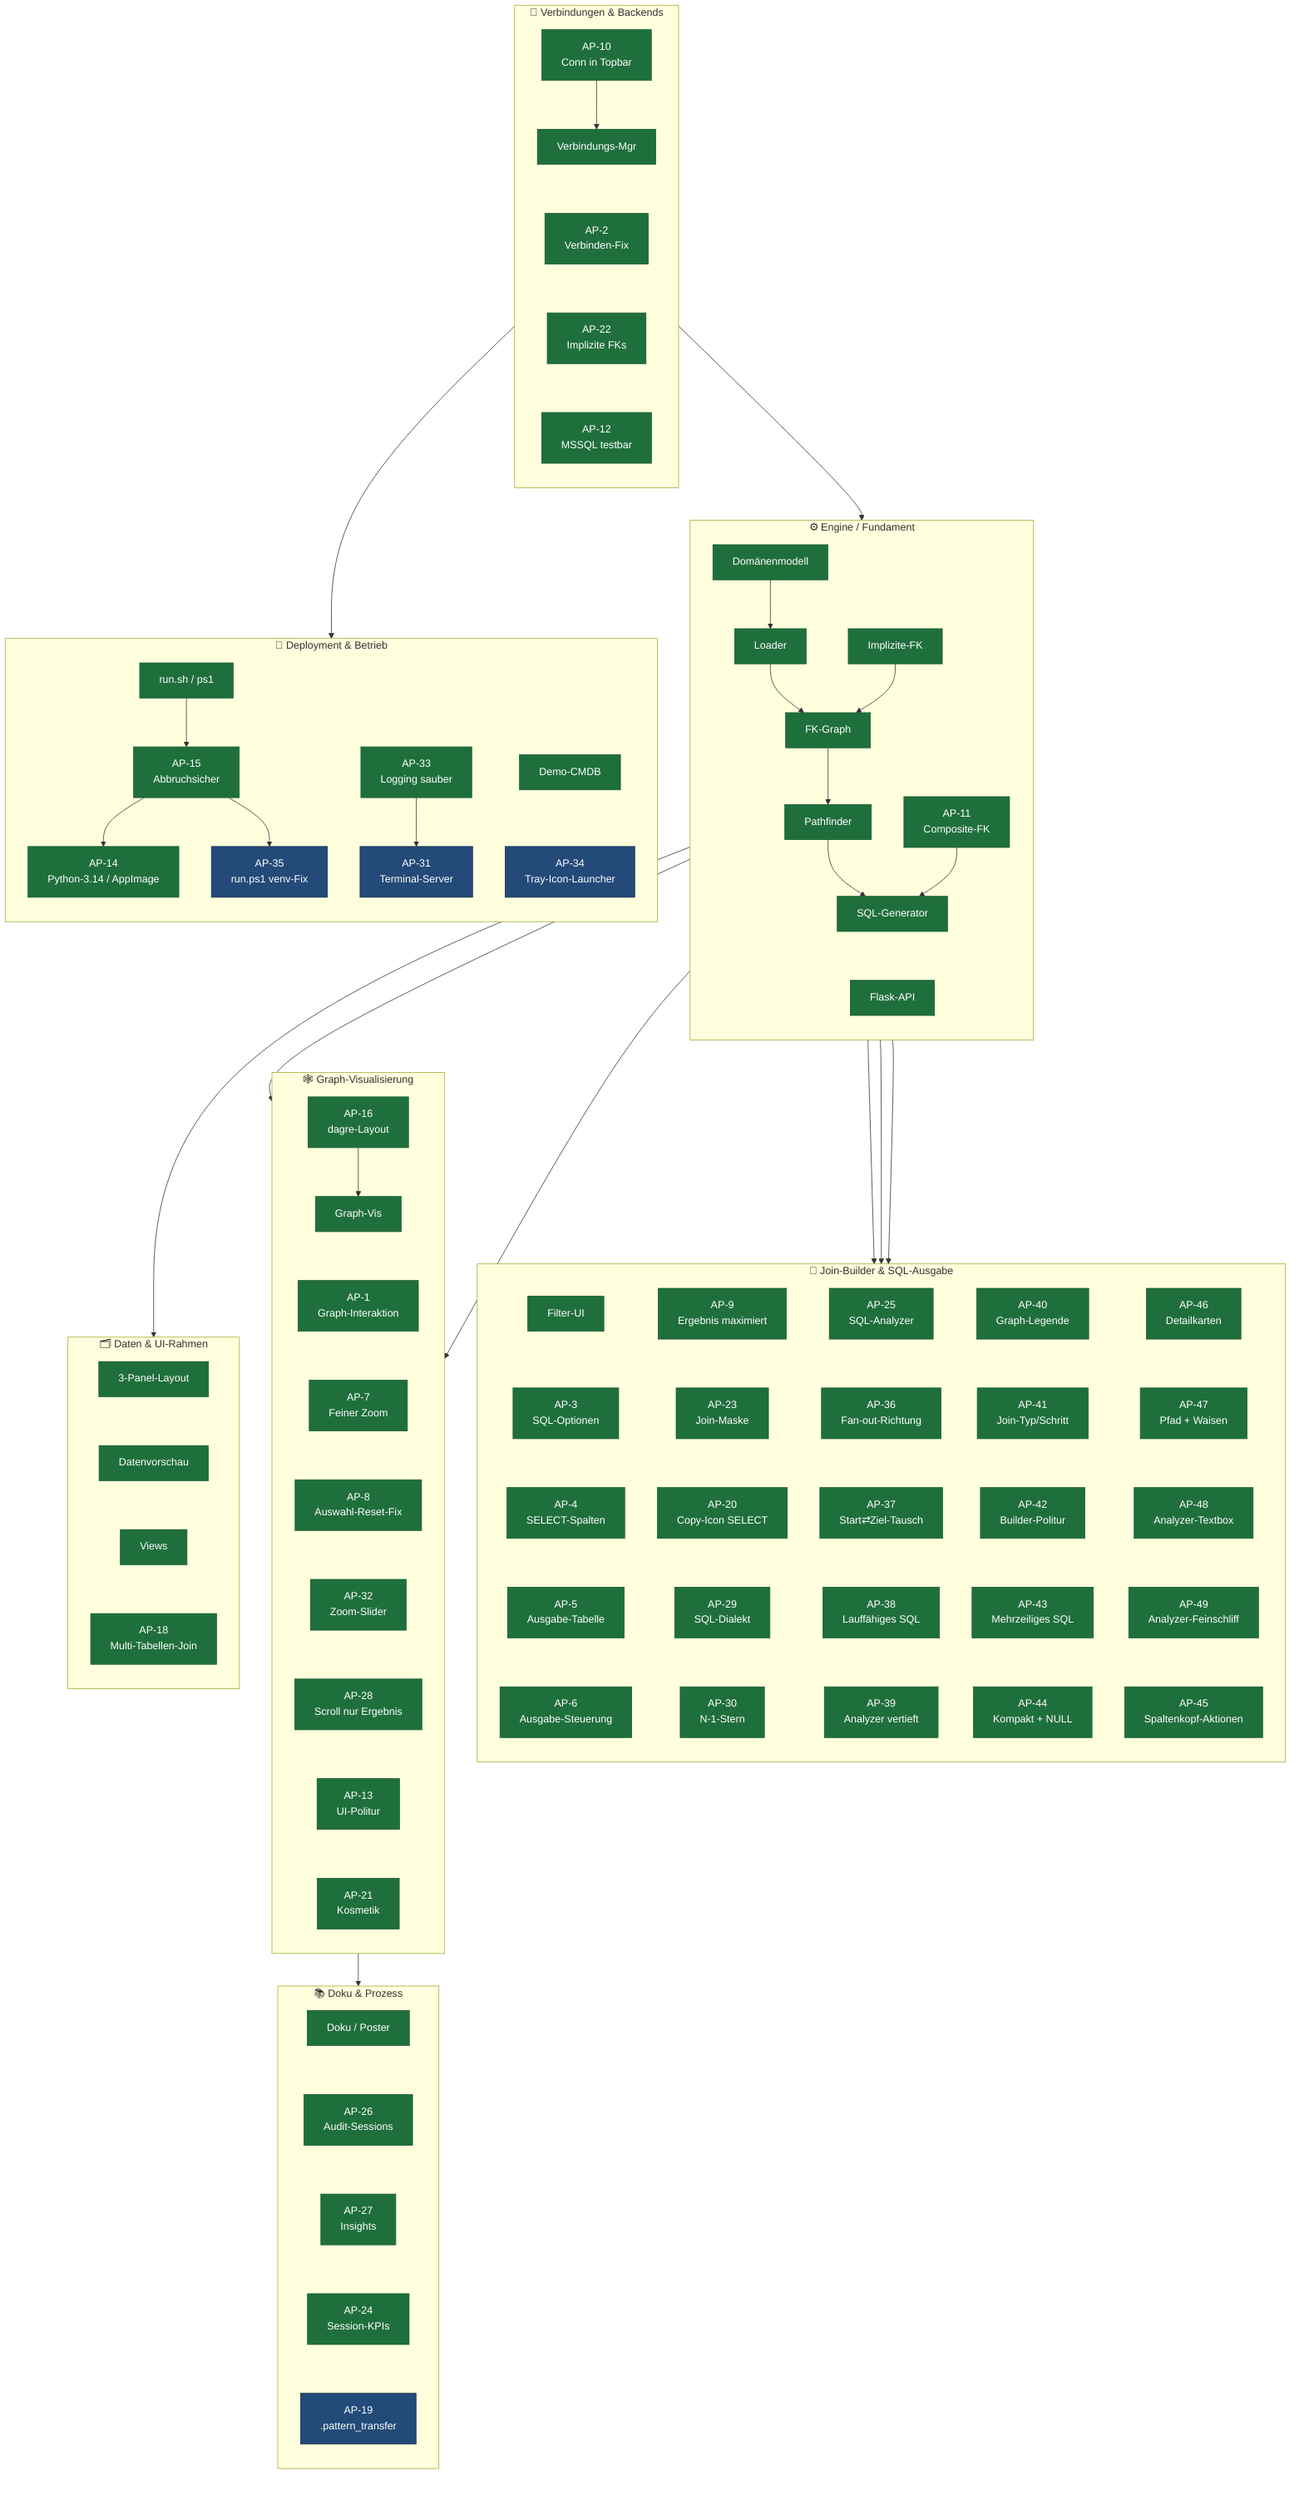
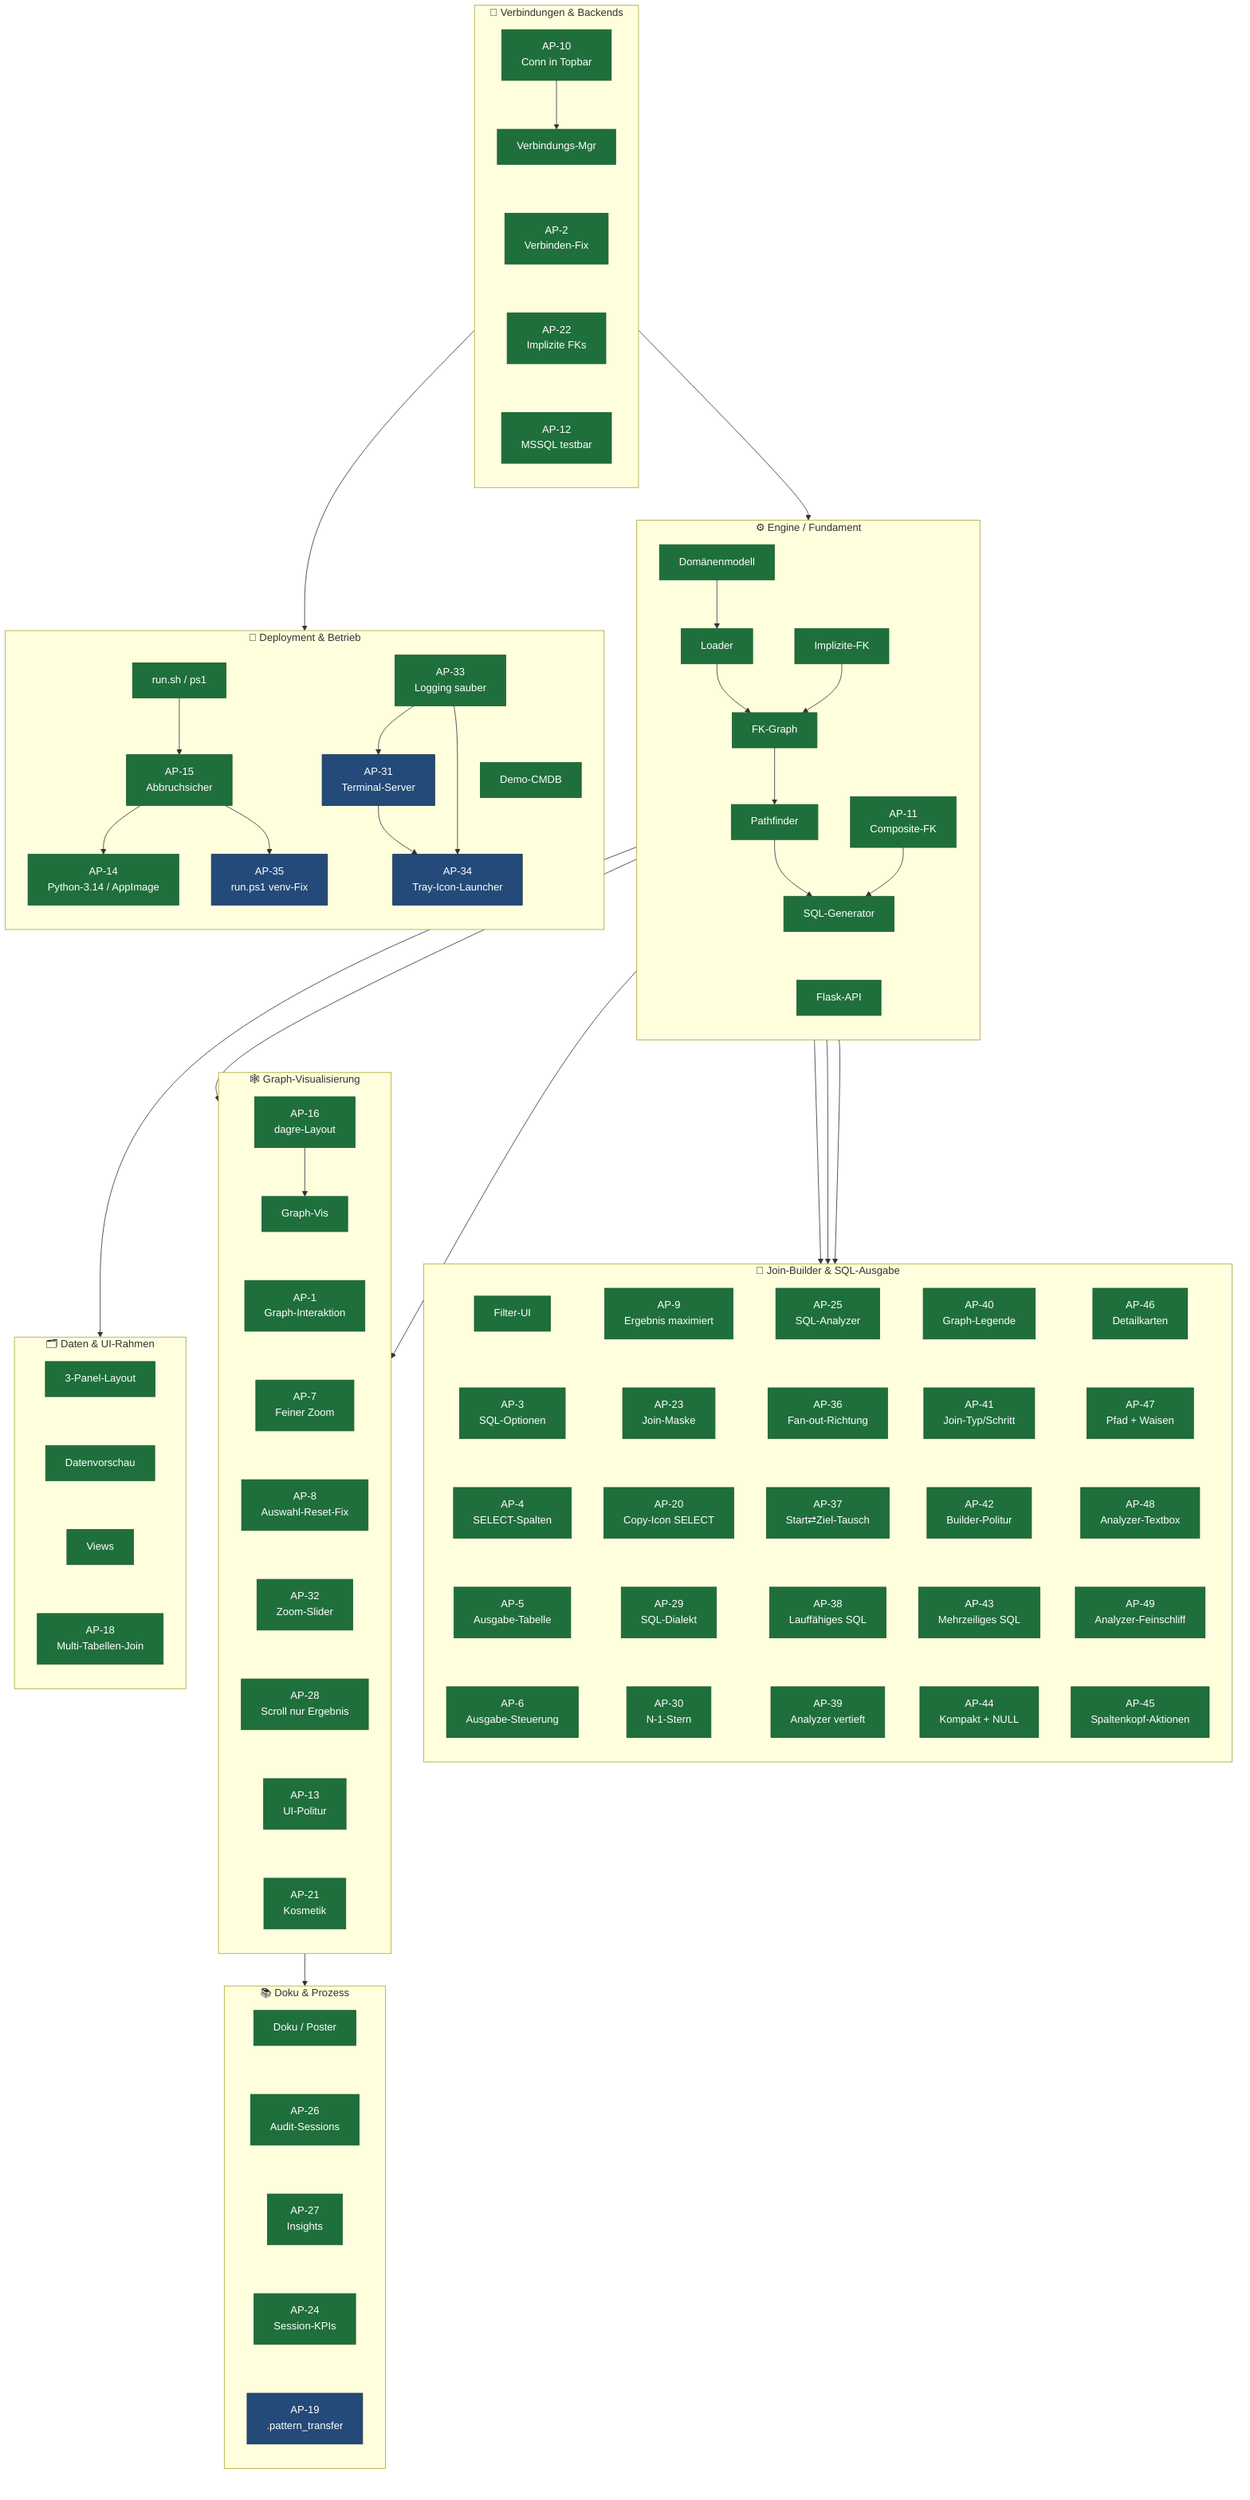
flowchart TB
    classDef done fill:#1f6f3c,color:#fff,stroke:#1a5c32,stroke-width:1px
    classDef plan fill:#234a78,color:#fff,stroke:#16314f,stroke-width:1px

    %% ── C1 · Engine / Fundament ──────────────────────────────────────────
    subgraph C1["⚙️  Engine / Fundament"]
        direction TB
        E1["Domänenmodell"]
        E2["Loader"]
        E3["FK-Graph"]
        E4["Pathfinder"]
        E5["SQL-Generator"]
        E6["Flask-API"]
        E7["AP-11\nComposite-FK"]
        E8["Implizite-FK"]
        E1 --> E2 --> E3 --> E4 --> E5
        E7 --> E5
        E8 --> E3
        E5 ~~~ E6
    end

    %% ── C2 · Verbindungen & Backends ─────────────────────────────────────
    subgraph C2["🔌  Verbindungen & Backends"]
        direction TB
        V1["Verbindungs-Mgr"]
        V2["AP-2\nVerbinden-Fix"]
        V3["AP-10\nConn in Topbar"]
        V4["AP-12\nMSSQL testbar"]
        V5["AP-22\nImplizite FKs"]
        V3 --> V1
        V1 ~~~ V2 ~~~ V5 ~~~ V4
    end

    %% ── C3 · Join-Builder & SQL-Ausgabe ──────────────────────────────────
    subgraph C3["🧩  Join-Builder & SQL-Ausgabe"]
        direction TB
        J1["Filter-UI"]
        J2["AP-3\nSQL-Optionen"]
        J3["AP-4\nSELECT-Spalten"]
        J4["AP-5\nAusgabe-Tabelle"]
        J5["AP-6\nAusgabe-Steuerung"]
        J6["AP-9\nErgebnis maximiert"]
        J7["AP-23\nJoin-Maske"]
        J8["AP-20\nCopy-Icon SELECT"]
        J9["AP-29\nSQL-Dialekt"]
        J10["AP-30\nN-1-Stern"]
        J11["AP-25\nSQL-Analyzer"]
        J12["AP-36\nFan-out-Richtung"]
        J13["AP-37\nStart⇄Ziel-Tausch"]
        J14["AP-38\nLauffähiges SQL"]
        J15["AP-39\nAnalyzer vertieft"]
        J16["AP-40\nGraph-Legende"]
        J17["AP-41\nJoin-Typ/Schritt"]
        J18["AP-42\nBuilder-Politur"]
        J19["AP-43\nMehrzeiliges SQL"]
        J20["AP-44\nKompakt + NULL"]
        J21["AP-46\nDetailkarten"]
        J22["AP-47\nPfad + Waisen"]
        J23["AP-48\nAnalyzer-Textbox"]
        J24["AP-49\nAnalyzer-Feinschliff"]
        J25["AP-45\nSpaltenkopf-Aktionen"]
        %% In 5 parallele Spalten gepackt (statt einer 25-Boxen-Säule) → kompaktes Gitter
        J1 ~~~ J2 ~~~ J3 ~~~ J4 ~~~ J5
        J6 ~~~ J7 ~~~ J8 ~~~ J9 ~~~ J10
        J11 ~~~ J12 ~~~ J13 ~~~ J14 ~~~ J15
        J16 ~~~ J17 ~~~ J18 ~~~ J19 ~~~ J20
        J21 ~~~ J22 ~~~ J23 ~~~ J24 ~~~ J25
    end

    %% ── C4 · Graph-Visualisierung ────────────────────────────────────────
    subgraph C4["🕸️  Graph-Visualisierung"]
        direction TB
        G1["Graph-Vis"]
        G2["AP-1\nGraph-Interaktion"]
        G3["AP-7\nFeiner Zoom"]
        G4["AP-8\nAuswahl-Reset-Fix"]
        G5["AP-16\ndagre-Layout"]
        G6["AP-32\nZoom-Slider"]
        G7["AP-28\nScroll nur Ergebnis"]
        G8["AP-13\nUI-Politur"]
        G9["AP-21\nKosmetik"]
        G5 --> G1
        G1 ~~~ G2 ~~~ G3 ~~~ G4 ~~~ G6 ~~~ G7 ~~~ G8 ~~~ G9
    end

    %% ── C5 · Daten & UI-Rahmen ───────────────────────────────────────────
    subgraph C5["🗂️  Daten & UI-Rahmen"]
        direction TB
        D1["3-Panel-Layout"]
        D2["Datenvorschau"]
        D3["Views"]
        D4["AP-18\nMulti-Tabellen-Join"]
        D1 ~~~ D2 ~~~ D3 ~~~ D4
    end

    %% ── C6 · Deployment & Betrieb ────────────────────────────────────────
    subgraph C6["🚀  Deployment & Betrieb"]
        direction TB
        B1["Demo-CMDB"]
        B2["run.sh / ps1"]
        B3["AP-15\nAbbruchsicher"]
        B4["AP-14\nPython-3.14 / AppImage"]
        B5["AP-35\nrun.ps1 venv-Fix"]
        B7["AP-31\nTerminal-Server"]
        B8["AP-33\nLogging sauber"]
        B9["AP-34\nTray-Icon-Launcher"]
        B2 --> B3
        B3 --> B4
        B3 --> B5
        B8 --> B7
+         B7 --> B9
+         B8 --> B9
        B1 ~~~ B9
    end

    %% ── C7 · Doku & Prozess ──────────────────────────────────────────────
    subgraph C7["📚  Doku & Prozess"]
        direction TB
        K1["Doku / Poster"]
        K2["AP-26\nAudit-Sessions"]
        K3["AP-27\nInsights"]
        K5["AP-24\nSession-KPIs"]
        K4["AP-19\n.pattern_transfer"]
        K1 ~~~ K2 ~~~ K3 ~~~ K5 ~~~ K4
    end

    %% ── Cluster-übergreifende Abhängigkeiten ─────────────────────────────
    V1 --> E2
    E5 --> J1
    E5 --> J9
    E5 --> J11
    E4 --> G2
    E3 --> G1
    E6 --> D1
    V4 --> B7
    G5 --> K2

    class E1,E2,E3,E4,E5,E6,E7,E8 done
    class V1,V2,V3,V4,V5 done
    class J1,J2,J3,J4,J5,J6,J7,J8,J9,J10,J11,J12,J13,J14,J15,J16,J17,J18,J19,J20,J21,J22,J23,J24,J25 done
    class G1,G2,G3,G4,G5,G6,G7,G8,G9 done
    class D1,D2,D3,D4 done
    class B1,B2,B3,B4,B8 done
    class B5,B7,B9 plan
    class K1,K2,K3,K5 done
    class K4 plan
